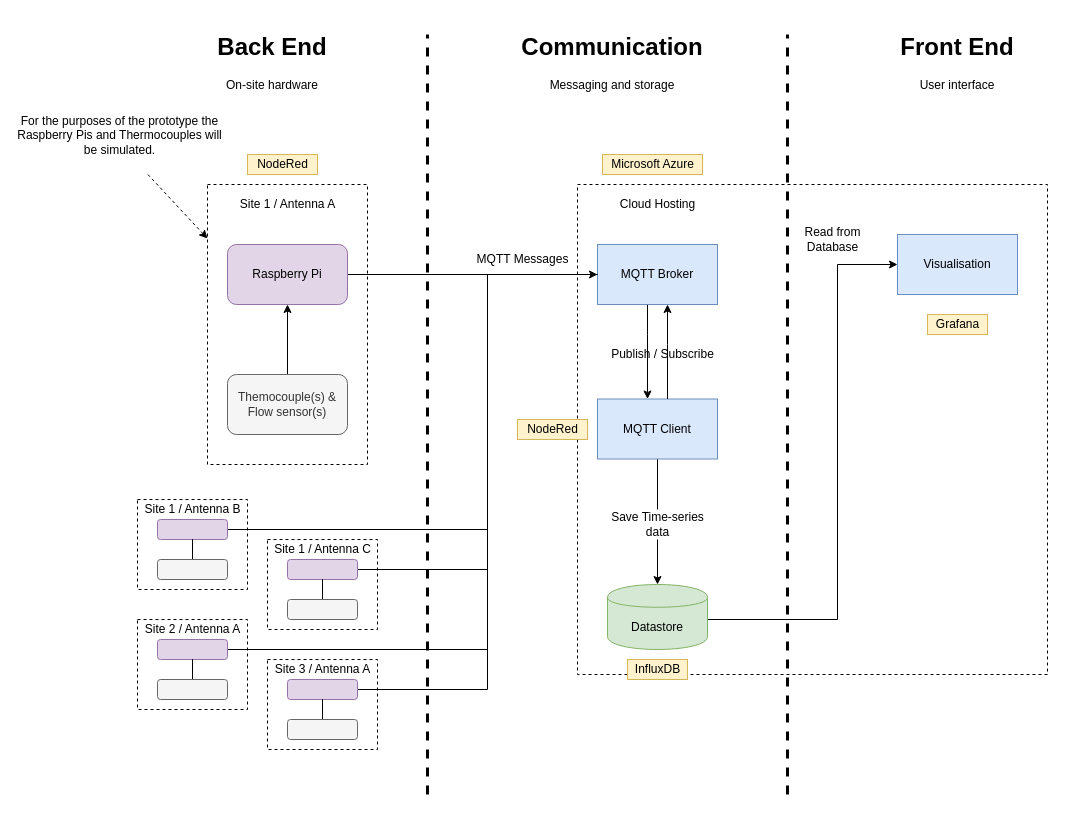
Above: Architecture Diagram/architecture_diagram.drawio in mattdear/temperature-transmitter (draw.io), before the change. Source tidied: cells renumbered, new cells numbered last; positions are measured from the earlier drawing's top-left corner, leaving out a move shared by most shapes. Both pictures are drawn from the tidied source at 100%, with x=0, y=0 at pixel (17, 24).
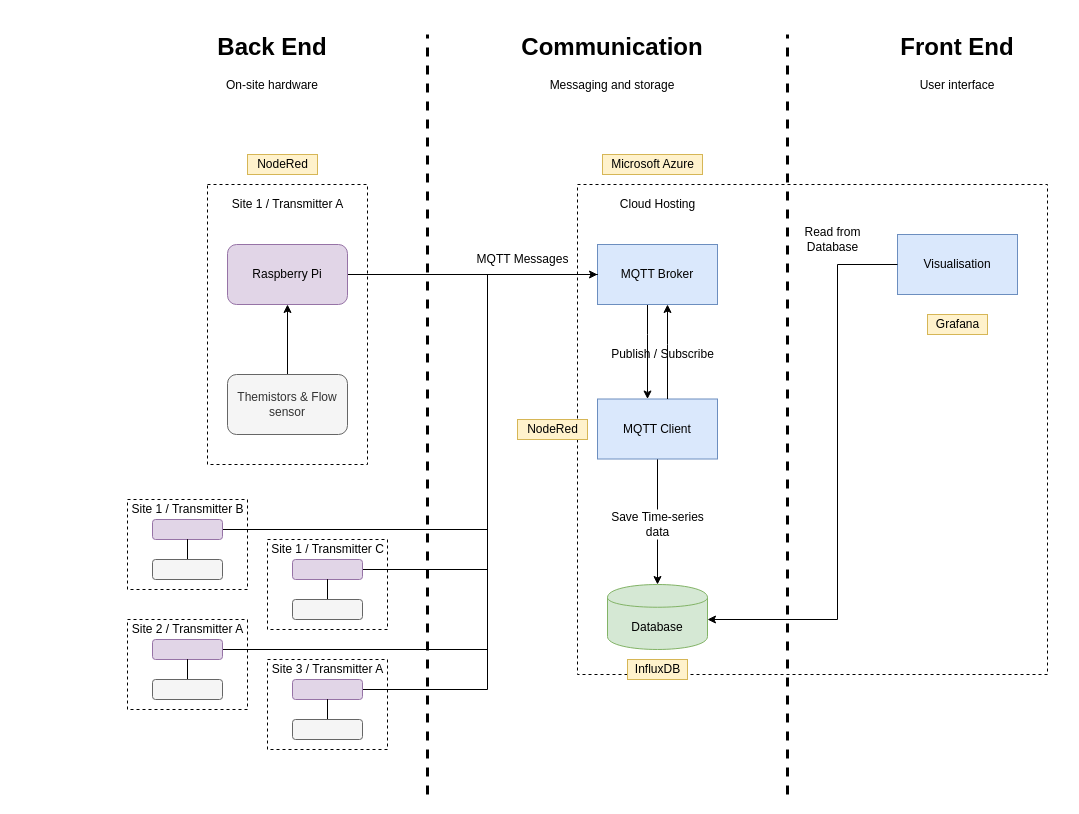
Above is the later version.

Commit message (it also covers changes not shown here):
docs[arch_diag]: updating terminology

Unchanged cells that the change refers to:
```xml
<mxCell id="4" style="rounded=0;whiteSpace=wrap;html=1;dashed=1;" parent="1" vertex="1">
  <mxGeometry x="190" y="160" width="160" height="280" as="geometry" />
</mxCell>
<mxCell id="18" value="Visualisation" style="rounded=0;whiteSpace=wrap;html=1;fillColor=#dae8fc;strokeColor=#6c8ebf;" parent="1" vertex="1">
  <mxGeometry x="880" y="210" width="120" height="60" as="geometry" />
</mxCell>
```

Change to the diagram source:
```diff
@@
     <mxCell id="3" style="rounded=0;whiteSpace=wrap;html=1;dashed=1;" parent="1" vertex="1">
-      <mxGeometry x="250" y="515" width="110" height="90" as="geometry" />
+      <mxGeometry x="250" y="515" width="120" height="90" as="geometry" />
     </mxCell>
@@
     <mxCell id="6" style="rounded=1;whiteSpace=wrap;html=1;fillColor=#e1d5e7;strokeColor=#9673a6;" parent="1" vertex="1">
-      <mxGeometry x="270" y="535" width="70" height="20" as="geometry" />
+      <mxGeometry x="275" y="535" width="70" height="20" as="geometry" />
     </mxCell>
@@
-    <mxCell id="8" value="Themocouple(s) &amp;amp; Flow sensor(s)" style="rounded=1;whiteSpace=wrap;html=1;fillColor=#f5f5f5;strokeColor=#666666;fontColor=#333333;" parent="1" vertex="1">
+    <mxCell id="8" value="Themistors &amp;amp; Flow sensor" style="rounded=1;whiteSpace=wrap;html=1;fillColor=#f5f5f5;strokeColor=#666666;fontColor=#333333;" parent="1" vertex="1">
       <mxGeometry x="210" y="350" width="120" height="60" as="geometry" />
     </mxCell>
@@
-    <mxCell id="23" style="edgeStyle=orthogonalEdgeStyle;rounded=0;jettySize=auto;html=1;endArrow=classic;endFill=1;" parent="1" edge="1" target="18">
+    <mxCell id="23" style="edgeStyle=orthogonalEdgeStyle;rounded=0;jettySize=auto;html=1;endArrow=classic;endFill=1;" parent="1" edge="1" source="18">
       <mxGeometry relative="1" as="geometry">
-        <mxPoint x="690" y="595" as="sourcePoint" />
+        <mxPoint x="690" y="595" as="targetPoint" />
         <Array as="points">
+          <mxPoint x="820" y="240" />
           <mxPoint x="820" y="595" />
-          <mxPoint x="820" y="240" />
         </Array>
       </mxGeometry>
     </mxCell>
@@
     <mxCell id="26" style="rounded=1;whiteSpace=wrap;html=1;fillColor=#f5f5f5;strokeColor=#666666;fontColor=#333333;" parent="1" vertex="1">
-      <mxGeometry x="270" y="575" width="70" height="20" as="geometry" />
+      <mxGeometry x="275" y="575" width="70" height="20" as="geometry" />
     </mxCell>
-    <mxCell id="27" value="Site 1 / Antenna C" style="text;html=1;align=center;verticalAlign=middle;" parent="1" vertex="1">
-      <mxGeometry x="250" y="515" width="110" height="20" as="geometry" />
+    <mxCell id="27" value="Site 1 / Transmitter C" style="text;html=1;align=center;verticalAlign=middle;" parent="1" vertex="1">
+      <mxGeometry x="245" y="515" width="130" height="20" as="geometry" />
     </mxCell>
     <mxCell id="28" style="rounded=0;whiteSpace=wrap;html=1;dashed=1;" parent="1" vertex="1">
-      <mxGeometry x="120" y="475" width="110" height="90" as="geometry" />
+      <mxGeometry x="110" y="475" width="120" height="90" as="geometry" />
     </mxCell>
@@
     <mxCell id="30" style="rounded=1;whiteSpace=wrap;html=1;fillColor=#e1d5e7;strokeColor=#9673a6;" parent="1" vertex="1">
-      <mxGeometry x="140" y="495" width="70" height="20" as="geometry" />
+      <mxGeometry x="135" y="495" width="70" height="20" as="geometry" />
     </mxCell>
@@
     <mxCell id="32" style="rounded=1;whiteSpace=wrap;html=1;fillColor=#f5f5f5;strokeColor=#666666;fontColor=#333333;" parent="1" vertex="1">
-      <mxGeometry x="140" y="535" width="70" height="20" as="geometry" />
+      <mxGeometry x="135" y="535" width="70" height="20" as="geometry" />
     </mxCell>
-    <mxCell id="33" value="Site 1 / Antenna B" style="text;html=1;align=center;verticalAlign=middle;" parent="1" vertex="1">
-      <mxGeometry x="120" y="475" width="110" height="20" as="geometry" />
+    <mxCell id="33" value="Site 1 / Transmitter B" style="text;html=1;align=center;verticalAlign=middle;" parent="1" vertex="1">
+      <mxGeometry x="105" y="475" width="130" height="20" as="geometry" />
     </mxCell>
     <mxCell id="34" style="rounded=0;whiteSpace=wrap;html=1;dashed=1;" parent="1" vertex="1">
-      <mxGeometry x="120" y="595" width="110" height="90" as="geometry" />
+      <mxGeometry x="110" y="595" width="120" height="90" as="geometry" />
     </mxCell>
@@
     <mxCell id="36" style="rounded=1;whiteSpace=wrap;html=1;fillColor=#e1d5e7;strokeColor=#9673a6;" parent="1" vertex="1">
-      <mxGeometry x="140" y="615" width="70" height="20" as="geometry" />
+      <mxGeometry x="135" y="615" width="70" height="20" as="geometry" />
     </mxCell>
@@
     <mxCell id="38" style="rounded=1;whiteSpace=wrap;html=1;fillColor=#f5f5f5;strokeColor=#666666;fontColor=#333333;" parent="1" vertex="1">
-      <mxGeometry x="140" y="655" width="70" height="20" as="geometry" />
+      <mxGeometry x="135" y="655" width="70" height="20" as="geometry" />
     </mxCell>
-    <mxCell id="39" value="Site 2 / Antenna A" style="text;html=1;align=center;verticalAlign=middle;" parent="1" vertex="1">
-      <mxGeometry x="120" y="595" width="110" height="20" as="geometry" />
+    <mxCell id="39" value="Site 2 / Transmitter A" style="text;html=1;align=center;verticalAlign=middle;" parent="1" vertex="1">
+      <mxGeometry x="105" y="595" width="130" height="20" as="geometry" />
     </mxCell>
     <mxCell id="40" style="rounded=0;whiteSpace=wrap;html=1;dashed=1;" parent="1" vertex="1">
-      <mxGeometry x="250" y="635" width="110" height="90" as="geometry" />
+      <mxGeometry x="250" y="635" width="120" height="90" as="geometry" />
     </mxCell>
@@
     <mxCell id="42" style="rounded=1;whiteSpace=wrap;html=1;fillColor=#e1d5e7;strokeColor=#9673a6;" parent="1" vertex="1">
-      <mxGeometry x="270" y="655" width="70" height="20" as="geometry" />
+      <mxGeometry x="275" y="655" width="70" height="20" as="geometry" />
     </mxCell>
@@
     <mxCell id="44" style="rounded=1;whiteSpace=wrap;html=1;fillColor=#f5f5f5;strokeColor=#666666;fontColor=#333333;" parent="1" vertex="1">
-      <mxGeometry x="270" y="695" width="70" height="20" as="geometry" />
+      <mxGeometry x="275" y="695" width="70" height="20" as="geometry" />
     </mxCell>
-    <mxCell id="45" value="Site 3 / Antenna A" style="text;html=1;align=center;verticalAlign=middle;" parent="1" vertex="1">
-      <mxGeometry x="250" y="635" width="110" height="20" as="geometry" />
+    <mxCell id="45" value="Site 3 / Transmitter A" style="text;html=1;align=center;verticalAlign=middle;" parent="1" vertex="1">
+      <mxGeometry x="245" y="635" width="130" height="20" as="geometry" />
     </mxCell>
-    <mxCell id="46" value="Site 1 / Antenna A" style="text;html=1;align=center;verticalAlign=middle;" parent="1" vertex="1">
-      <mxGeometry x="215" y="170" width="110" height="20" as="geometry" />
+    <mxCell id="46" value="Site 1 / Transmitter A" style="text;html=1;align=center;verticalAlign=middle;" parent="1" vertex="1">
+      <mxGeometry x="205" y="170" width="130" height="20" as="geometry" />
     </mxCell>
-    <mxCell id="47" style="rounded=0;jettySize=auto;html=1;endArrow=classic;endFill=1;dashed=1;" parent="1" edge="1" source="48" target="4">
-      <mxGeometry relative="1" as="geometry" />
-    </mxCell>
-    <mxCell id="48" value="For the purposes of the prototype the Raspberry Pis and Thermocouples will be simulated." style="text;align=center;verticalAlign=middle;points=[];comic=0;sketch=0;imageAspect=1;overflow=fill;html=1;whiteSpace=wrap;" parent="1" vertex="1">
-      <mxGeometry y="90" width="205" height="60" as="geometry" />
-    </mxCell>
@@
-    <mxCell id="58" value="Datastore" style="shape=cylinder;whiteSpace=wrap;html=1;boundedLbl=1;backgroundOutline=1;align=center;fillColor=#d5e8d4;strokeColor=#82b366;" parent="1" vertex="1">
+    <mxCell id="58" value="Database" style="shape=cylinder;whiteSpace=wrap;html=1;boundedLbl=1;backgroundOutline=1;align=center;fillColor=#d5e8d4;strokeColor=#82b366;" parent="1" vertex="1">
       <mxGeometry x="590" y="560" width="100" height="65" as="geometry" />
     </mxCell>
```
